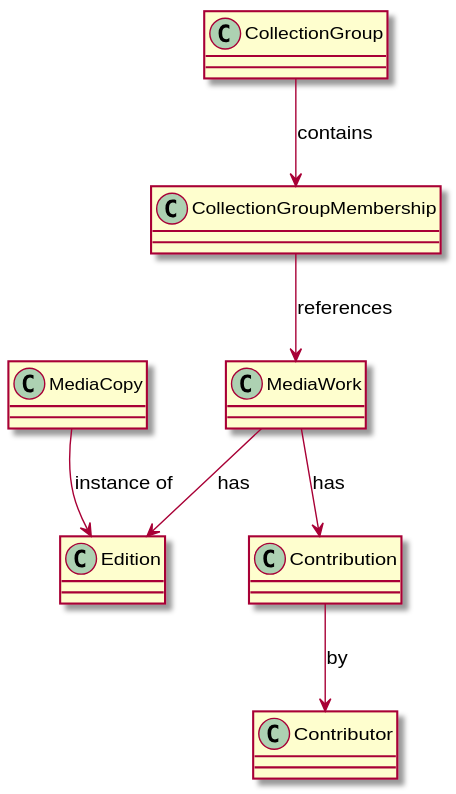
This is docs/diagrams/domain/domain-overview.svg from yantue/colleq, a PlantUML export, as it was before one commit.
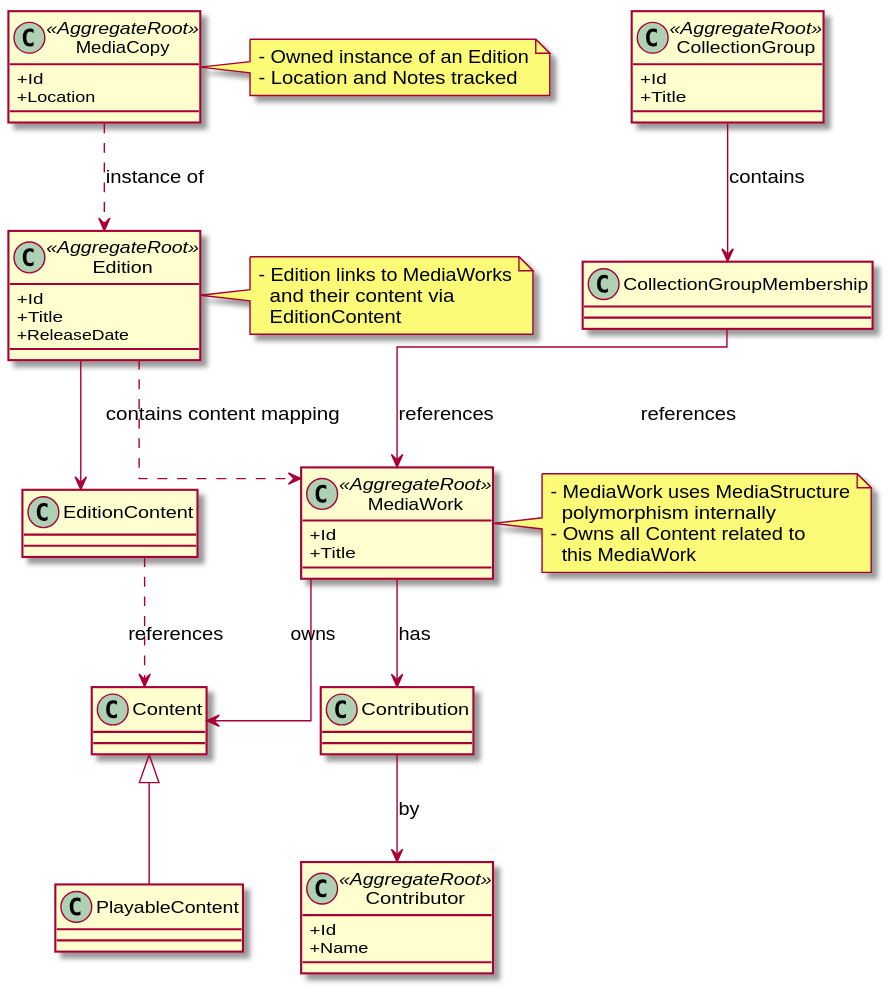
After the commit.

Commit message:
docs: Remodel domain for multiwork editions and mediacontainers (#7)

Diff of the diagram source:
```diff
@@ -1,21 +1,69 @@
 @startuml
 skinparam classAttributeIconSize 0
+skinparam linetype ortho
 
-class MediaWork
-class Edition
-class MediaCopy
-class CollectionGroup
+class MediaWork <<AggregateRoot>> {
+    +Id
+    +Title
+}
+
+class Edition <<AggregateRoot>> {
+    +Id
+    +Title
+    +ReleaseDate
+}
+
+class MediaCopy <<AggregateRoot>> {
+    +Id
+    +Location
+}
+
+class CollectionGroup <<AggregateRoot>> {
+    +Id
+    +Title
+}
+
+class Contributor <<AggregateRoot>> {
+    +Id
+    +Name
+}
+
+class Content
+class PlayableContent
+class Contribution
 class CollectionGroupMembership
-class Contribution
-class Contributor
+class EditionContent
 
 CollectionGroup --> CollectionGroupMembership : contains
 CollectionGroupMembership --> MediaWork : references
 
-MediaWork --> Edition : has
-MediaCopy --> Edition : instance of
+Edition ..> MediaWork : references
+MediaCopy ..> Edition : instance of
 
+MediaWork --> Content : owns
+Content <|-- PlayableContent
 MediaWork --> Contribution : has
 Contribution --> Contributor : by
 
+Edition --> EditionContent : contains content mapping
+EditionContent ..> Content : references
+
+note right of MediaWork
+- MediaWork uses MediaStructure
+  polymorphism internally
+- Owns all Content related to
+  this MediaWork
+end note
+
+note right of Edition
+- Edition links to MediaWorks
+  and their content via
+  EditionContent
+end note
+
+note right of MediaCopy
+- Owned instance of an Edition
+- Location and Notes tracked
+end note
+
 @enduml
```
